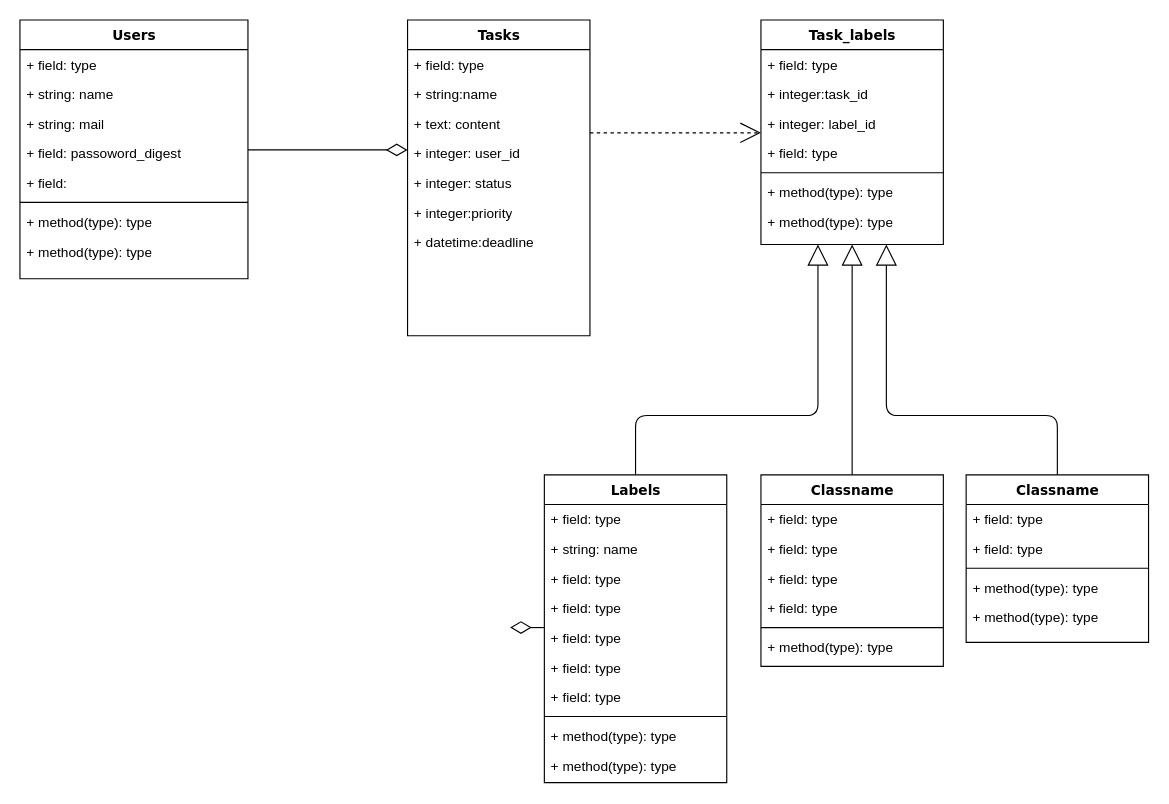
Before: docs/taskManage.drawio in meganeJPN/task_manage_app, a draw.io diagram. Source tidied: cells renumbered, new cells numbered last; positions are measured from the earlier drawing's top-left corner, leaving out a move shared by most shapes. Both pictures are drawn from the tidied source at 114%, with x=0, y=0 at pixel (19, 19).
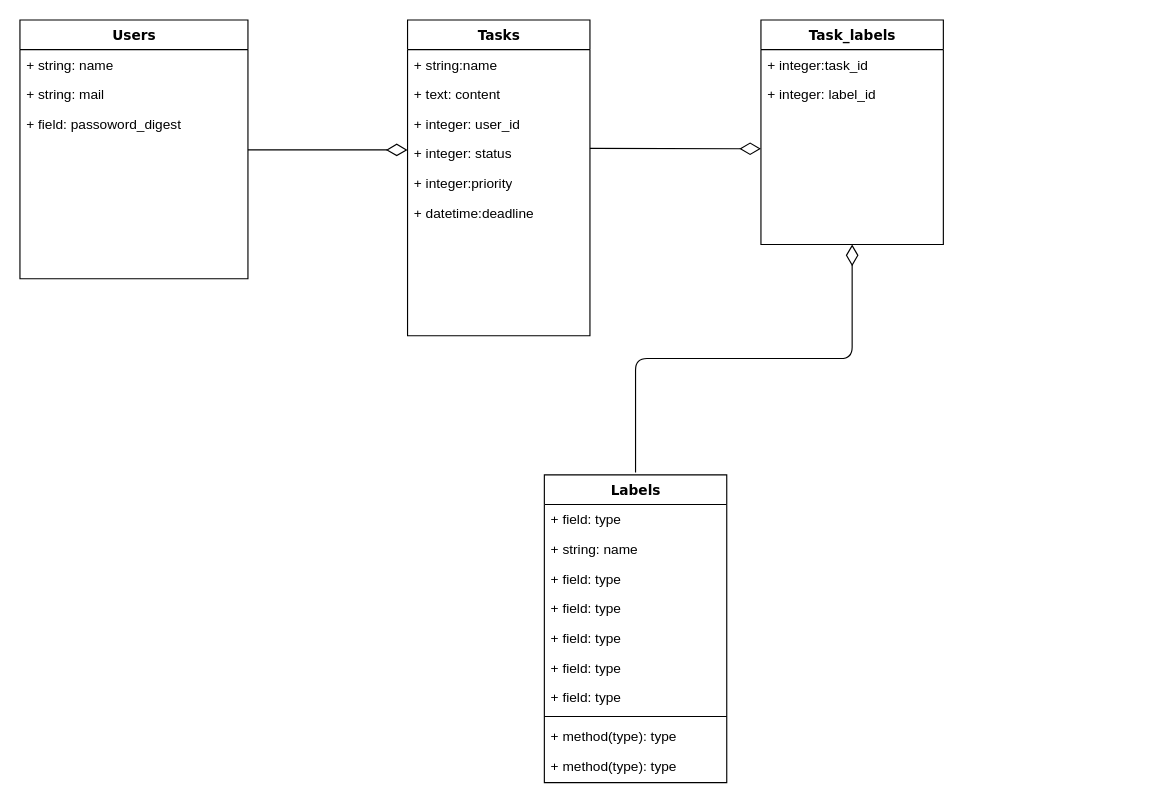
After the change.

Commit message:
提出に向けてER図の体裁整え

The change refers to these unchanged cells:
```xml
<mxCell id="2" value="Users" style="swimlane;html=1;fontStyle=1;align=center;verticalAlign=top;horizontal=1;startSize=26;swimlaneFillColor=#ffffff;rounded=0;shadow=0;comic=0;labelBackgroundColor=none;strokeWidth=1;fillColor=none;fontFamily=Verdana;fontSize=12;" parent="1" vertex="1">
  <mxGeometry width="200" height="227" as="geometry" />
</mxCell>
<mxCell id="12" value="Tasks" style="swimlane;html=1;fontStyle=1;align=center;verticalAlign=top;horizontal=1;startSize=26;swimlaneFillColor=#ffffff;rounded=0;shadow=0;comic=0;labelBackgroundColor=none;strokeWidth=1;fillColor=none;fontFamily=Verdana;fontSize=12;" parent="1" vertex="1">
  <mxGeometry x="340" width="160" height="277" as="geometry" />
</mxCell>
<mxCell id="20" value="Task_labels" style="swimlane;html=1;fontStyle=1;align=center;verticalAlign=top;horizontal=1;startSize=26;swimlaneFillColor=#ffffff;rounded=0;shadow=0;comic=0;labelBackgroundColor=none;strokeWidth=1;fillColor=none;fontFamily=Verdana;fontSize=12;" parent="1" vertex="1">
  <mxGeometry x="650" width="160" height="197" as="geometry" />
</mxCell>
<mxCell id="30" value="Labels" style="swimlane;html=1;fontStyle=1;align=center;verticalAlign=top;horizontal=1;startSize=26;swimlaneFillColor=#ffffff;rounded=0;shadow=0;comic=0;labelBackgroundColor=none;strokeWidth=1;fillColor=none;fontFamily=Verdana;fontSize=12;" parent="1" vertex="1">
  <mxGeometry x="460" y="399" width="160" height="270" as="geometry" />
</mxCell>
```

The edit, as a diff of the source:
```diff
@@
-    <mxCell id="3" value="+ field: type" style="text;html=1;strokeColor=none;fillColor=none;align=left;verticalAlign=top;spacingLeft=4;spacingRight=4;whiteSpace=wrap;overflow=hidden;" parent="2" vertex="1">
-      <mxGeometry y="26" width="200" height="26" as="geometry" />
-    </mxCell>
     <mxCell id="4" value="+ string: name" style="text;html=1;strokeColor=none;fillColor=none;align=left;verticalAlign=top;spacingLeft=4;spacingRight=4;whiteSpace=wrap;overflow=hidden;" parent="2" vertex="1">
-      <mxGeometry y="52" width="200" height="26" as="geometry" />
+      <mxGeometry y="26" width="200" height="26" as="geometry" />
     </mxCell>
     <mxCell id="5" value="+ string: mail" style="text;html=1;strokeColor=none;fillColor=none;align=left;verticalAlign=top;spacingLeft=4;spacingRight=4;whiteSpace=wrap;overflow=hidden;" parent="2" vertex="1">
-      <mxGeometry y="78" width="200" height="26" as="geometry" />
+      <mxGeometry y="52" width="200" height="26" as="geometry" />
     </mxCell>
     <mxCell id="6" value="+ field: passoword_digest" style="text;html=1;strokeColor=none;fillColor=none;align=left;verticalAlign=top;spacingLeft=4;spacingRight=4;whiteSpace=wrap;overflow=hidden;" parent="2" vertex="1">
-      <mxGeometry y="104" width="200" height="26" as="geometry" />
+      <mxGeometry y="78" width="200" height="26" as="geometry" />
     </mxCell>
-    <mxCell id="7" value="+ field:&amp;nbsp;" style="text;html=1;strokeColor=none;fillColor=none;align=left;verticalAlign=top;spacingLeft=4;spacingRight=4;whiteSpace=wrap;overflow=hidden;" parent="2" vertex="1">
-      <mxGeometry y="130" width="200" height="26" as="geometry" />
-    </mxCell>
-    <mxCell id="8" style="line;html=1;strokeWidth=1;fillColor=none;align=left;verticalAlign=middle;spacingTop=-1;spacingLeft=3;spacingRight=3;labelPosition=right;" parent="2" vertex="1">
-      <mxGeometry y="156" width="200" height="8" as="geometry" />
-    </mxCell>
-    <mxCell id="9" value="+ method(type): type" style="text;html=1;strokeColor=none;fillColor=none;align=left;verticalAlign=top;spacingLeft=4;spacingRight=4;whiteSpace=wrap;overflow=hidden;" parent="2" vertex="1">
-      <mxGeometry y="164" width="200" height="26" as="geometry" />
-    </mxCell>
-    <mxCell id="10" value="+ method(type): type" style="text;html=1;strokeColor=none;fillColor=none;align=left;verticalAlign=top;spacingLeft=4;spacingRight=4;whiteSpace=wrap;overflow=hidden;" parent="2" vertex="1">
-      <mxGeometry y="190" width="200" height="26" as="geometry" />
-    </mxCell>
-    <mxCell id="11" style="edgeStyle=elbowEdgeStyle;html=1;labelBackgroundColor=none;startFill=0;startSize=8;endArrow=open;endFill=0;endSize=16;fontFamily=Verdana;fontSize=12;elbow=vertical;dashed=1;" parent="1" edge="1" source="12" target="20">
-      <mxGeometry relative="1" as="geometry" />
-    </mxCell>
@@
-    <mxCell id="13" value="+ field: type" style="text;html=1;strokeColor=none;fillColor=none;align=left;verticalAlign=top;spacingLeft=4;spacingRight=4;whiteSpace=wrap;overflow=hidden;" parent="12" vertex="1">
-      <mxGeometry y="26" width="160" height="26" as="geometry" />
-    </mxCell>
     <mxCell id="14" value="+ string:name" style="text;html=1;strokeColor=none;fillColor=none;align=left;verticalAlign=top;spacingLeft=4;spacingRight=4;whiteSpace=wrap;overflow=hidden;" parent="12" vertex="1">
-      <mxGeometry y="52" width="160" height="26" as="geometry" />
+      <mxGeometry y="26" width="160" height="26" as="geometry" />
     </mxCell>
     <mxCell id="15" value="+ text: content" style="text;html=1;strokeColor=none;fillColor=none;align=left;verticalAlign=top;spacingLeft=4;spacingRight=4;whiteSpace=wrap;overflow=hidden;" parent="12" vertex="1">
-      <mxGeometry y="78" width="160" height="26" as="geometry" />
+      <mxGeometry y="52" width="160" height="26" as="geometry" />
     </mxCell>
     <mxCell id="16" value="+ integer: user_id" style="text;html=1;strokeColor=none;fillColor=none;align=left;verticalAlign=top;spacingLeft=4;spacingRight=4;whiteSpace=wrap;overflow=hidden;" parent="12" vertex="1">
-      <mxGeometry y="104" width="160" height="26" as="geometry" />
+      <mxGeometry y="78" width="160" height="26" as="geometry" />
     </mxCell>
     <mxCell id="17" value="+ integer: status" style="text;html=1;strokeColor=none;fillColor=none;align=left;verticalAlign=top;spacingLeft=4;spacingRight=4;whiteSpace=wrap;overflow=hidden;" parent="12" vertex="1">
-      <mxGeometry y="130" width="160" height="26" as="geometry" />
+      <mxGeometry y="104" width="160" height="26" as="geometry" />
     </mxCell>
     <mxCell id="18" value="+ integer:priority" style="text;html=1;strokeColor=none;fillColor=none;align=left;verticalAlign=top;spacingLeft=4;spacingRight=4;whiteSpace=wrap;overflow=hidden;" parent="12" vertex="1">
-      <mxGeometry y="156" width="160" height="26" as="geometry" />
+      <mxGeometry y="130" width="160" height="26" as="geometry" />
     </mxCell>
     <mxCell id="19" value="+ datetime:deadline" style="text;html=1;strokeColor=none;fillColor=none;align=left;verticalAlign=top;spacingLeft=4;spacingRight=4;whiteSpace=wrap;overflow=hidden;" parent="12" vertex="1">
-      <mxGeometry y="182" width="160" height="26" as="geometry" />
+      <mxGeometry y="156" width="160" height="26" as="geometry" />
     </mxCell>
@@
-    <mxCell id="21" value="+ field: type" style="text;html=1;strokeColor=none;fillColor=none;align=left;verticalAlign=top;spacingLeft=4;spacingRight=4;whiteSpace=wrap;overflow=hidden;" parent="20" vertex="1">
-      <mxGeometry y="26" width="160" height="26" as="geometry" />
-    </mxCell>
     <mxCell id="22" value="+ integer:task_id" style="text;html=1;strokeColor=none;fillColor=none;align=left;verticalAlign=top;spacingLeft=4;spacingRight=4;whiteSpace=wrap;overflow=hidden;" parent="20" vertex="1">
-      <mxGeometry y="52" width="160" height="26" as="geometry" />
+      <mxGeometry y="26" width="160" height="26" as="geometry" />
     </mxCell>
     <mxCell id="23" value="+ integer: label_id" style="text;html=1;strokeColor=none;fillColor=none;align=left;verticalAlign=top;spacingLeft=4;spacingRight=4;whiteSpace=wrap;overflow=hidden;" parent="20" vertex="1">
-      <mxGeometry y="78" width="160" height="26" as="geometry" />
+      <mxGeometry y="52" width="160" height="26" as="geometry" />
     </mxCell>
-    <mxCell id="24" value="+ field: type" style="text;html=1;strokeColor=none;fillColor=none;align=left;verticalAlign=top;spacingLeft=4;spacingRight=4;whiteSpace=wrap;overflow=hidden;" parent="20" vertex="1">
-      <mxGeometry y="104" width="160" height="26" as="geometry" />
-    </mxCell>
-    <mxCell id="25" style="line;html=1;strokeWidth=1;fillColor=none;align=left;verticalAlign=middle;spacingTop=-1;spacingLeft=3;spacingRight=3;labelPosition=right;" parent="20" vertex="1">
-      <mxGeometry y="130" width="160" height="8" as="geometry" />
-    </mxCell>
-    <mxCell id="26" value="+ method(type): type" style="text;html=1;strokeColor=none;fillColor=none;align=left;verticalAlign=top;spacingLeft=4;spacingRight=4;whiteSpace=wrap;overflow=hidden;" parent="20" vertex="1">
-      <mxGeometry y="138" width="160" height="26" as="geometry" />
-    </mxCell>
-    <mxCell id="27" value="+ method(type): type" style="text;html=1;strokeColor=none;fillColor=none;align=left;verticalAlign=top;spacingLeft=4;spacingRight=4;whiteSpace=wrap;overflow=hidden;" parent="20" vertex="1">
-      <mxGeometry y="164" width="160" height="26" as="geometry" />
-    </mxCell>
-    <mxCell id="28" style="edgeStyle=elbowEdgeStyle;html=1;labelBackgroundColor=none;startFill=0;startSize=8;endArrow=diamondThin;endFill=0;endSize=16;fontFamily=Verdana;fontSize=12;elbow=vertical;" parent="1" edge="1" source="30">
-      <mxGeometry relative="1" as="geometry">
-        <mxPoint x="430" y="533.3" as="targetPoint" />
-      </mxGeometry>
-    </mxCell>
-    <mxCell id="29" style="edgeStyle=orthogonalEdgeStyle;html=1;labelBackgroundColor=none;startFill=0;startSize=8;endArrow=block;endFill=0;endSize=16;fontFamily=Verdana;fontSize=12;" parent="1" edge="1" source="30" target="20">
-      <mxGeometry relative="1" as="geometry">
-        <Array as="points">
-          <mxPoint x="540" y="347" />
-          <mxPoint x="700" y="347" />
-        </Array>
-      </mxGeometry>
-    </mxCell>
@@
-    <mxCell id="41" style="edgeStyle=orthogonalEdgeStyle;html=1;labelBackgroundColor=none;startFill=0;startSize=8;endArrow=block;endFill=0;endSize=16;fontFamily=Verdana;fontSize=12;" parent="1" edge="1" source="42" target="20">
-      <mxGeometry relative="1" as="geometry" />
-    </mxCell>
-    <mxCell id="42" value="Classname" style="swimlane;html=1;fontStyle=1;align=center;verticalAlign=top;horizontal=1;startSize=26;swimlaneFillColor=#ffffff;rounded=0;shadow=0;comic=0;labelBackgroundColor=none;strokeWidth=1;fillColor=none;fontFamily=Verdana;fontSize=12;" parent="1" vertex="1">
-      <mxGeometry x="650" y="399" width="160" height="168" as="geometry" />
-    </mxCell>
-    <mxCell id="43" value="+ field: type" style="text;html=1;strokeColor=none;fillColor=none;align=left;verticalAlign=top;spacingLeft=4;spacingRight=4;whiteSpace=wrap;overflow=hidden;" parent="42" vertex="1">
-      <mxGeometry y="26" width="160" height="26" as="geometry" />
-    </mxCell>
-    <mxCell id="44" value="+ field: type" style="text;html=1;strokeColor=none;fillColor=none;align=left;verticalAlign=top;spacingLeft=4;spacingRight=4;whiteSpace=wrap;overflow=hidden;" parent="42" vertex="1">
-      <mxGeometry y="52" width="160" height="26" as="geometry" />
-    </mxCell>
-    <mxCell id="45" value="+ field: type" style="text;html=1;strokeColor=none;fillColor=none;align=left;verticalAlign=top;spacingLeft=4;spacingRight=4;whiteSpace=wrap;overflow=hidden;" parent="42" vertex="1">
-      <mxGeometry y="78" width="160" height="26" as="geometry" />
-    </mxCell>
-    <mxCell id="46" value="+ field: type" style="text;html=1;strokeColor=none;fillColor=none;align=left;verticalAlign=top;spacingLeft=4;spacingRight=4;whiteSpace=wrap;overflow=hidden;" parent="42" vertex="1">
-      <mxGeometry y="104" width="160" height="26" as="geometry" />
-    </mxCell>
-    <mxCell id="47" style="line;html=1;strokeWidth=1;fillColor=none;align=left;verticalAlign=middle;spacingTop=-1;spacingLeft=3;spacingRight=3;labelPosition=right;" parent="42" vertex="1">
-      <mxGeometry y="130" width="160" height="8" as="geometry" />
-    </mxCell>
-    <mxCell id="48" value="+ method(type): type" style="text;html=1;strokeColor=none;fillColor=none;align=left;verticalAlign=top;spacingLeft=4;spacingRight=4;whiteSpace=wrap;overflow=hidden;" parent="42" vertex="1">
-      <mxGeometry y="138" width="160" height="26" as="geometry" />
-    </mxCell>
-    <mxCell id="49" style="edgeStyle=orthogonalEdgeStyle;html=1;labelBackgroundColor=none;startFill=0;startSize=8;endArrow=block;endFill=0;endSize=16;fontFamily=Verdana;fontSize=12;" parent="1" edge="1" source="50" target="20">
-      <mxGeometry relative="1" as="geometry">
-        <Array as="points">
-          <mxPoint x="910" y="347" />
-          <mxPoint x="760" y="347" />
-        </Array>
-      </mxGeometry>
-    </mxCell>
-    <mxCell id="50" value="Classname" style="swimlane;html=1;fontStyle=1;align=center;verticalAlign=top;horizontal=1;startSize=26;swimlaneFillColor=#ffffff;rounded=0;shadow=0;comic=0;labelBackgroundColor=none;strokeWidth=1;fillColor=none;fontFamily=Verdana;fontSize=12;" parent="1" vertex="1">
-      <mxGeometry x="830" y="399" width="160" height="147" as="geometry" />
-    </mxCell>
-    <mxCell id="51" value="+ field: type" style="text;html=1;strokeColor=none;fillColor=none;align=left;verticalAlign=top;spacingLeft=4;spacingRight=4;whiteSpace=wrap;overflow=hidden;" parent="50" vertex="1">
-      <mxGeometry y="26" width="160" height="26" as="geometry" />
-    </mxCell>
-    <mxCell id="52" value="+ field: type" style="text;html=1;strokeColor=none;fillColor=none;align=left;verticalAlign=top;spacingLeft=4;spacingRight=4;whiteSpace=wrap;overflow=hidden;" parent="50" vertex="1">
-      <mxGeometry y="52" width="160" height="26" as="geometry" />
-    </mxCell>
-    <mxCell id="53" style="line;html=1;strokeWidth=1;fillColor=none;align=left;verticalAlign=middle;spacingTop=-1;spacingLeft=3;spacingRight=3;labelPosition=right;" parent="50" vertex="1">
-      <mxGeometry y="78" width="160" height="8" as="geometry" />
-    </mxCell>
-    <mxCell id="54" value="+ method(type): type" style="text;html=1;strokeColor=none;fillColor=none;align=left;verticalAlign=top;spacingLeft=4;spacingRight=4;whiteSpace=wrap;overflow=hidden;" parent="50" vertex="1">
-      <mxGeometry y="86" width="160" height="26" as="geometry" />
-    </mxCell>
-    <mxCell id="55" value="+ method(type): type" style="text;html=1;strokeColor=none;fillColor=none;align=left;verticalAlign=top;spacingLeft=4;spacingRight=4;whiteSpace=wrap;overflow=hidden;" parent="50" vertex="1">
-      <mxGeometry y="112" width="160" height="26" as="geometry" />
-    </mxCell>
@@
+    <mxCell id="57" style="edgeStyle=elbowEdgeStyle;html=1;labelBackgroundColor=none;startFill=0;startSize=8;endArrow=diamondThin;endFill=0;endSize=16;fontFamily=Verdana;fontSize=12;elbow=vertical;" parent="1" edge="1">
+      <mxGeometry relative="1" as="geometry">
+        <mxPoint x="500" y="112.7" as="sourcePoint" />
+        <mxPoint x="650" y="113" as="targetPoint" />
+      </mxGeometry>
+    </mxCell>
+    <mxCell id="58" style="edgeStyle=elbowEdgeStyle;html=1;labelBackgroundColor=none;startFill=0;startSize=8;endArrow=diamondThin;endFill=0;endSize=16;fontFamily=Verdana;fontSize=12;elbow=vertical;entryX=0.5;entryY=1;entryDx=0;entryDy=0;" parent="1" edge="1" target="20">
+      <mxGeometry relative="1" as="geometry">
+        <mxPoint x="540" y="397" as="sourcePoint" />
+      </mxGeometry>
+    </mxCell>
```
